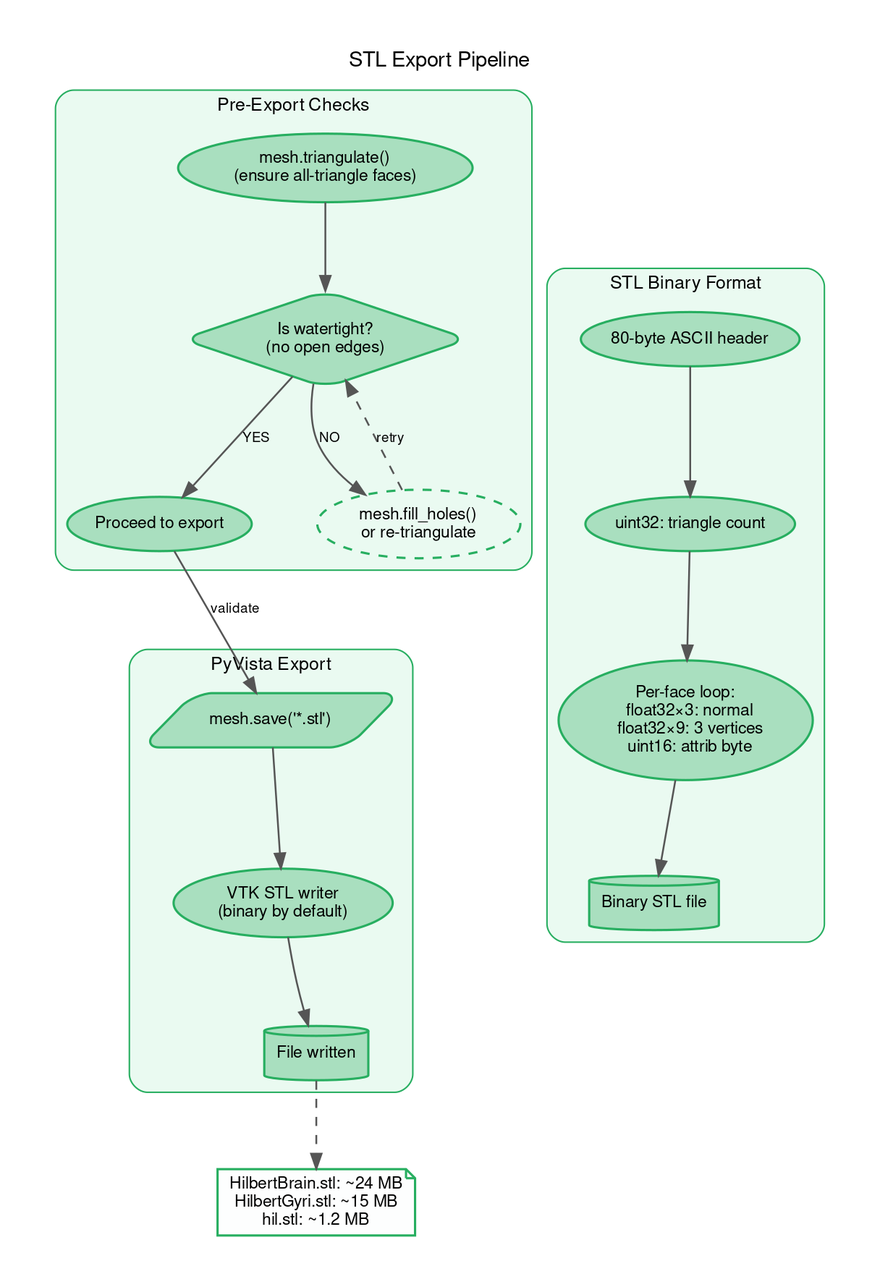
Before: docs/diagrams_25/22_stl_export.png, a diagram exported from Graphviz (danindiana/hilbertbrane). Its source is kept beside it as docs/diagrams_25/22_stl_export.dot.
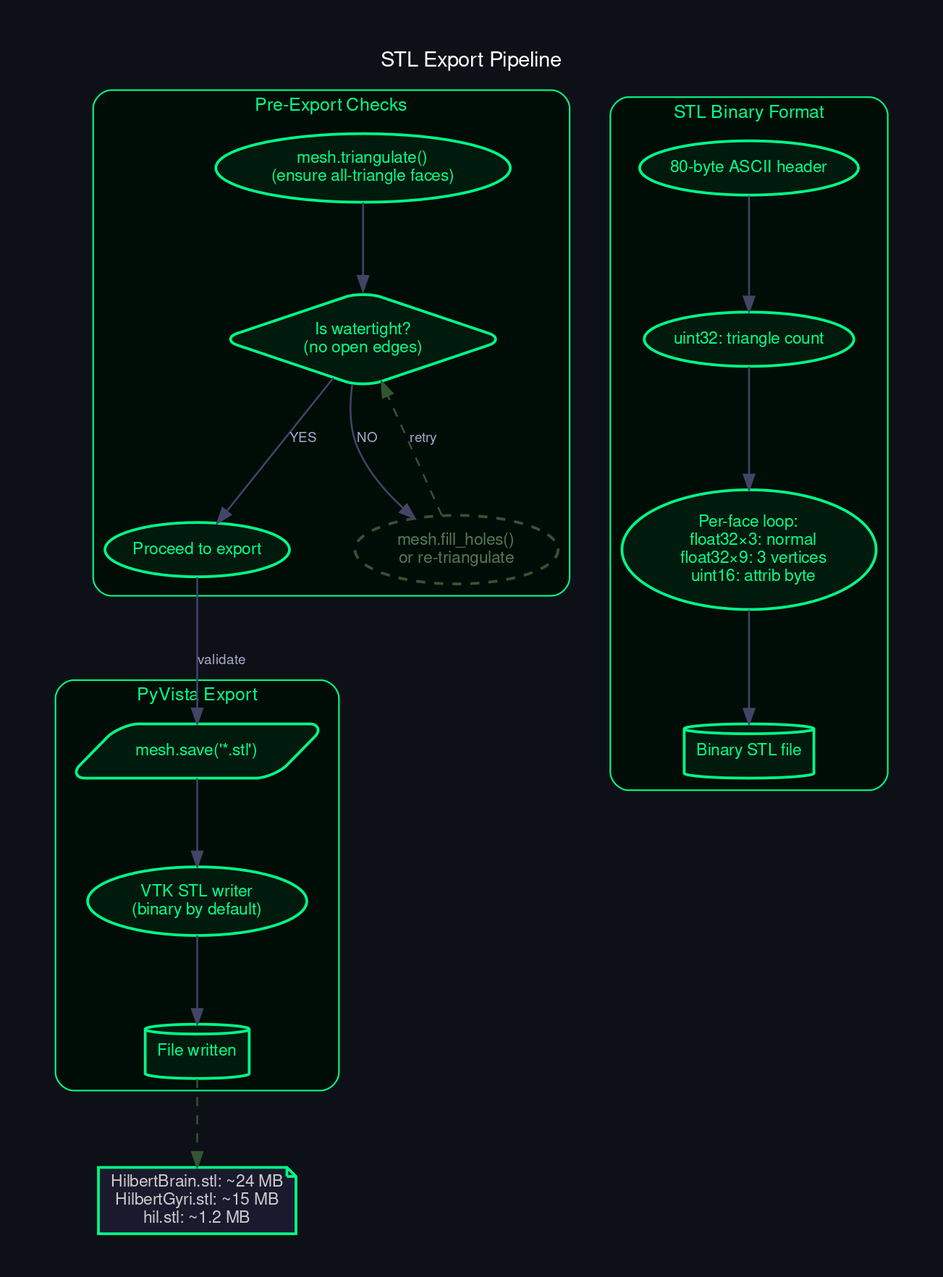
Above is the later version.

Change to the diagram source:
```diff
@@ -1,7 +1,8 @@
 digraph G {
     graph [
         fontname="Helvetica,Arial,sans-serif"
-        bgcolor="#ffffff"
+        bgcolor="#0d1117"
+        fontcolor="white"
         splines=spline
         nodesep=0.6
         ranksep=0.8
@@ -10,51 +11,50 @@
         labeljust="c"
         fontsize=14
     ]
-    node [fontname="Helvetica,Arial,sans-serif" fontsize=11 style="filled,rounded" penwidth=1.5]
-    edge [fontname="Helvetica,Arial,sans-serif" fontsize=9 color="#555555" penwidth=1.2]
+    node [fontname="Helvetica,Arial,sans-serif" fontsize=11 style="filled,rounded" penwidth=1.8 fontcolor="white"]
+    edge [fontname="Helvetica,Arial,sans-serif" fontsize=9 color="#444466" penwidth=1.2 fontcolor="#aaaacc"]
     graph [label="STL Export Pipeline" rankdir="TB"]
 
     subgraph cluster_check {
         label="Pre-Export Checks"
-        style="filled,rounded" fillcolor="#EAFAF1" color="#27AE60" fontsize=12
-        fontname="Helvetica,Arial,sans-serif"
+        style="filled,rounded" fillcolor="#000d07" color="#00ff88" fontsize=12
+        fontname="Helvetica,Arial,sans-serif" fontcolor="#00ff88"
 
-        c1 [label="mesh.triangulate()\n(ensure all-triangle faces)" fillcolor="#A9DFBF" color="#27AE60"]
-        c2 [label="Is watertight?\n(no open edges)" shape=diamond fillcolor="#A9DFBF" color="#27AE60"]
-        c3 [label="Proceed to export" fillcolor="#A9DFBF" color="#27AE60"]
-        c4 [label="mesh.fill_holes()\nor re-triangulate" style=dashed fillcolor="#D5F5E3" color="#27AE60"]
+        c1 [label="mesh.triangulate()\n(ensure all-triangle faces)" fillcolor="#001a0d" color="#00ff88" fontcolor="#00ff88"]
+        c2 [label="Is watertight?\n(no open edges)" shape=diamond fillcolor="#001a0d" color="#00ff88" fontcolor="#00ff88"]
+        c3 [label="Proceed to export" fillcolor="#001a0d" color="#00ff88" fontcolor="#00ff88"]
+        c4 [label="mesh.fill_holes()\nor re-triangulate" style=dashed fillcolor="#0d1a10" color="#335533" fontcolor="#557755"]
         c1 -> c2
         c2 -> c3 [label="YES"]
         c2 -> c4 [label="NO"]
-        c4 -> c2 [label="retry" style=dashed]
+        c4 -> c2 [label="retry" style=dashed color="#335533"]
     }
 
     subgraph cluster_fmt {
         label="STL Binary Format"
-        style="filled,rounded" fillcolor="#EAFAF1" color="#27AE60" fontsize=12
-        fontname="Helvetica,Arial,sans-serif"
+        style="filled,rounded" fillcolor="#000d07" color="#00ff88" fontsize=12
+        fontname="Helvetica,Arial,sans-serif" fontcolor="#00ff88"
 
-        f1 [label="80-byte ASCII header" fillcolor="#A9DFBF" color="#27AE60"]
-        f2 [label="uint32: triangle count" fillcolor="#A9DFBF" color="#27AE60"]
-        f3 [label="Per-face loop:\n  float32×3: normal\n  float32×9: 3 vertices\n  uint16: attrib byte" fillcolor="#A9DFBF" color="#27AE60"]
-        f4 [label="Binary STL file" shape=cylinder fillcolor="#A9DFBF" color="#27AE60"]
+        f1 [label="80-byte ASCII header" fillcolor="#001a0d" color="#00ff88" fontcolor="#00ff88"]
+        f2 [label="uint32: triangle count" fillcolor="#001a0d" color="#00ff88" fontcolor="#00ff88"]
+        f3 [label="Per-face loop:\n  float32×3: normal\n  float32×9: 3 vertices\n  uint16: attrib byte" fillcolor="#001a0d" color="#00ff88" fontcolor="#00ff88"]
+        f4 [label="Binary STL file" shape=cylinder fillcolor="#001a0d" color="#00ff88" fontcolor="#00ff88"]
         f1 -> f2 -> f3 -> f4
     }
 
     subgraph cluster_pv {
         label="PyVista Export"
-        style="filled,rounded" fillcolor="#EAFAF1" color="#27AE60" fontsize=12
-        fontname="Helvetica,Arial,sans-serif"
+        style="filled,rounded" fillcolor="#000d07" color="#00ff88" fontsize=12
+        fontname="Helvetica,Arial,sans-serif" fontcolor="#00ff88"
 
-        pv1 [label="mesh.save('*.stl')" shape=parallelogram fillcolor="#A9DFBF" color="#27AE60"]
-        pv2 [label="VTK STL writer\n(binary by default)" fillcolor="#A9DFBF" color="#27AE60"]
-        pv3 [label="File written" shape=cylinder fillcolor="#A9DFBF" color="#27AE60"]
+        pv1 [label="mesh.save('*.stl')" shape=parallelogram fillcolor="#001a0d" color="#00ff88" fontcolor="#00ff88"]
+        pv2 [label="VTK STL writer\n(binary by default)" fillcolor="#001a0d" color="#00ff88" fontcolor="#00ff88"]
+        pv3 [label="File written" shape=cylinder fillcolor="#001a0d" color="#00ff88" fontcolor="#00ff88"]
         pv1 -> pv2 -> pv3
     }
 
-    sizes [label="HilbertBrain.stl: ~24 MB\nHilbertGyri.stl: ~15 MB\nhil.stl: ~1.2 MB" shape=note fillcolor="#FDFEFE" color="#27AE60"]
+    sizes [label="HilbertBrain.stl: ~24 MB\nHilbertGyri.stl: ~15 MB\nhil.stl: ~1.2 MB" shape=note fillcolor="#1a1a2e" color="#00ff88" fontcolor="#cccccc"]
 
     c3 -> pv1 [label="validate"]
-    pv3 -> sizes [style=dashed]
-    f4 -> pv3 [style=invis]
+    pv3 -> sizes [style=dashed color="#335533"]
 }
```
